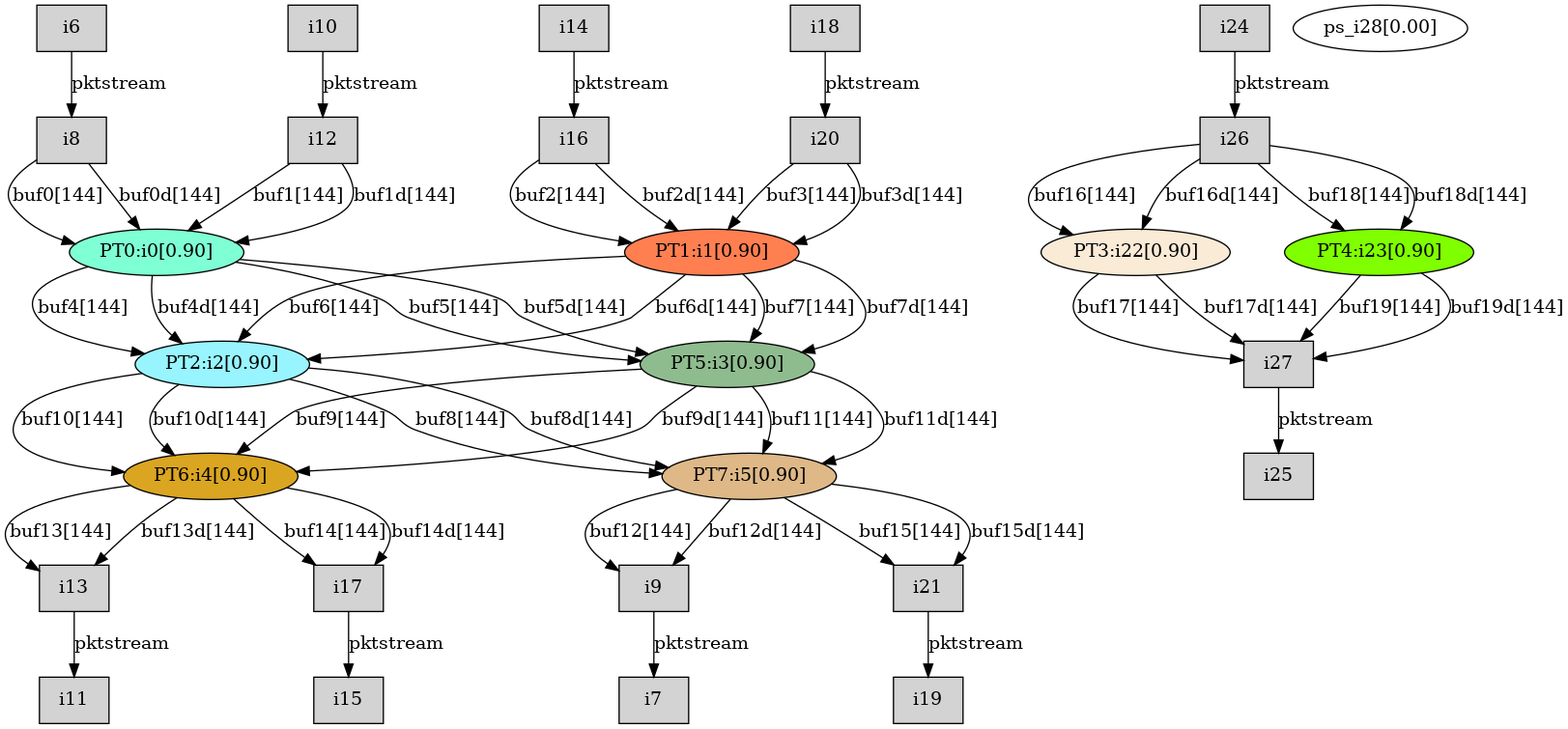
This is testGen/Work/reports/TopGraph.png from lxy-littlechai/SVD, a Graphviz export, as it was before one commit. Its source is kept beside it as testGen/Work/reports/TopGraph.dot.
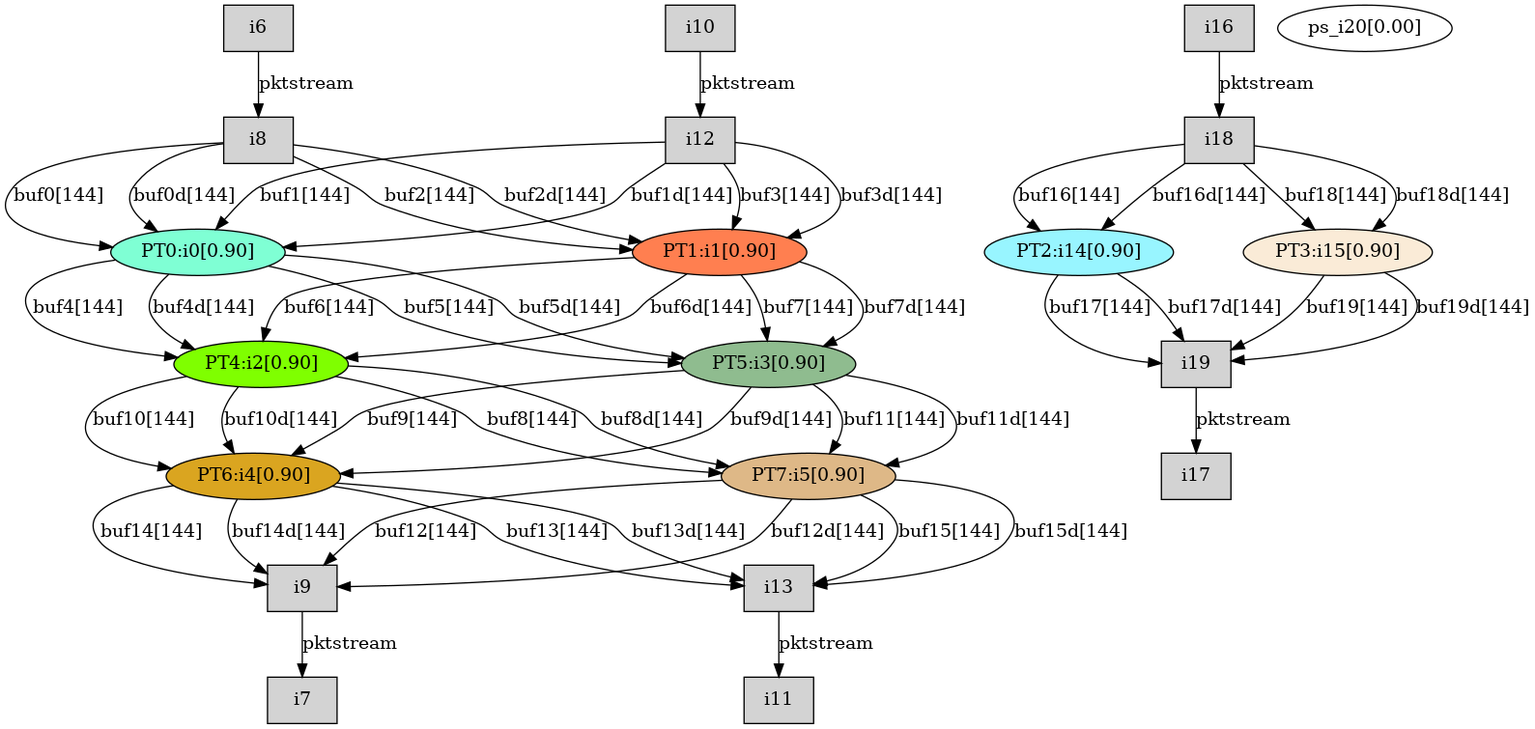
Above is the later version.

Change to the diagram source:
```diff
@@ -1,7 +1,7 @@
 digraph root {
 "PT0:i0[0.90]" [style=filled, fillcolor=aquamarine];
 "PT1:i1[0.90]" [style=filled, fillcolor=coral];
-"PT2:i2[0.90]" [style=filled, fillcolor=cadetblue1];
+"PT4:i2[0.90]" [style=filled, fillcolor=chartreuse];
 "PT5:i3[0.90]" [style=filled, fillcolor=darkseagreen];
 "PT6:i4[0.90]" [style=filled, fillcolor=goldenrod];
 "PT7:i5[0.90]" [style=filled, fillcolor=burlywood];
@@ -13,69 +13,57 @@
 "i11" [shape=box style=filled, fillcolor=lightgrey];
 "i12" [shape=box style=filled, fillcolor=lightgrey];
 "i13" [shape=box style=filled, fillcolor=lightgrey];
-"i14" [shape=box style=filled, fillcolor=lightgrey];
-"i15" [shape=box style=filled, fillcolor=lightgrey];
+"PT2:i14[0.90]" [style=filled, fillcolor=cadetblue1];
+"PT3:i15[0.90]" [style=filled, fillcolor=antiquewhite];
 "i16" [shape=box style=filled, fillcolor=lightgrey];
 "i17" [shape=box style=filled, fillcolor=lightgrey];
 "i18" [shape=box style=filled, fillcolor=lightgrey];
 "i19" [shape=box style=filled, fillcolor=lightgrey];
-"i20" [shape=box style=filled, fillcolor=lightgrey];
-"i21" [shape=box style=filled, fillcolor=lightgrey];
-"PT3:i22[0.90]" [style=filled, fillcolor=antiquewhite];
-"PT4:i23[0.90]" [style=filled, fillcolor=chartreuse];
-"i24" [shape=box style=filled, fillcolor=lightgrey];
-"i25" [shape=box style=filled, fillcolor=lightgrey];
-"i26" [shape=box style=filled, fillcolor=lightgrey];
-"i27" [shape=box style=filled, fillcolor=lightgrey];
-"ps_i28[0.00]";
+"ps_i20[0.00]";
 "i8" -> "PT0:i0[0.90]" [label="buf0[144]"];
 "i12" -> "PT0:i0[0.90]" [label="buf1[144]"];
-"i16" -> "PT1:i1[0.90]" [label="buf2[144]"];
-"i20" -> "PT1:i1[0.90]" [label="buf3[144]"];
-"PT0:i0[0.90]" -> "PT2:i2[0.90]" [label="buf4[144]"];
+"i8" -> "PT1:i1[0.90]" [label="buf2[144]"];
+"i12" -> "PT1:i1[0.90]" [label="buf3[144]"];
+"PT0:i0[0.90]" -> "PT4:i2[0.90]" [label="buf4[144]"];
 "PT0:i0[0.90]" -> "PT5:i3[0.90]" [label="buf5[144]"];
-"PT1:i1[0.90]" -> "PT2:i2[0.90]" [label="buf6[144]"];
+"PT1:i1[0.90]" -> "PT4:i2[0.90]" [label="buf6[144]"];
 "PT1:i1[0.90]" -> "PT5:i3[0.90]" [label="buf7[144]"];
-"PT2:i2[0.90]" -> "PT7:i5[0.90]" [label="buf8[144]"];
+"PT4:i2[0.90]" -> "PT7:i5[0.90]" [label="buf8[144]"];
 "PT5:i3[0.90]" -> "PT6:i4[0.90]" [label="buf9[144]"];
-"PT2:i2[0.90]" -> "PT6:i4[0.90]" [label="buf10[144]"];
+"PT4:i2[0.90]" -> "PT6:i4[0.90]" [label="buf10[144]"];
 "PT5:i3[0.90]" -> "PT7:i5[0.90]" [label="buf11[144]"];
 "PT7:i5[0.90]" -> "i9" [label="buf12[144]"];
 "PT6:i4[0.90]" -> "i13" [label="buf13[144]"];
-"PT6:i4[0.90]" -> "i17" [label="buf14[144]"];
-"PT7:i5[0.90]" -> "i21" [label="buf15[144]"];
+"PT6:i4[0.90]" -> "i9" [label="buf14[144]"];
+"PT7:i5[0.90]" -> "i13" [label="buf15[144]"];
 "i6" -> "i8" [label="pktstream"];
 "i9" -> "i7" [label="pktstream"];
-"i14" -> "i16" [label="pktstream"];
-"i17" -> "i15" [label="pktstream"];
 "i10" -> "i12" [label="pktstream"];
 "i13" -> "i11" [label="pktstream"];
-"i18" -> "i20" [label="pktstream"];
-"i21" -> "i19" [label="pktstream"];
-"i26" -> "PT3:i22[0.90]" [label="buf16[144]"];
-"PT3:i22[0.90]" -> "i27" [label="buf17[144]"];
-"i26" -> "PT4:i23[0.90]" [label="buf18[144]"];
-"PT4:i23[0.90]" -> "i27" [label="buf19[144]"];
-"i24" -> "i26" [label="pktstream"];
-"i27" -> "i25" [label="pktstream"];
+"i18" -> "PT2:i14[0.90]" [label="buf16[144]"];
+"PT2:i14[0.90]" -> "i19" [label="buf17[144]"];
+"i18" -> "PT3:i15[0.90]" [label="buf18[144]"];
+"PT3:i15[0.90]" -> "i19" [label="buf19[144]"];
+"i16" -> "i18" [label="pktstream"];
+"i19" -> "i17" [label="pktstream"];
 "i8" -> "PT0:i0[0.90]" [label="buf0d[144]"];
 "i12" -> "PT0:i0[0.90]" [label="buf1d[144]"];
-"i16" -> "PT1:i1[0.90]" [label="buf2d[144]"];
-"i20" -> "PT1:i1[0.90]" [label="buf3d[144]"];
-"PT0:i0[0.90]" -> "PT2:i2[0.90]" [label="buf4d[144]"];
+"i8" -> "PT1:i1[0.90]" [label="buf2d[144]"];
+"i12" -> "PT1:i1[0.90]" [label="buf3d[144]"];
+"PT0:i0[0.90]" -> "PT4:i2[0.90]" [label="buf4d[144]"];
 "PT0:i0[0.90]" -> "PT5:i3[0.90]" [label="buf5d[144]"];
-"PT1:i1[0.90]" -> "PT2:i2[0.90]" [label="buf6d[144]"];
+"PT1:i1[0.90]" -> "PT4:i2[0.90]" [label="buf6d[144]"];
 "PT1:i1[0.90]" -> "PT5:i3[0.90]" [label="buf7d[144]"];
-"PT2:i2[0.90]" -> "PT7:i5[0.90]" [label="buf8d[144]"];
+"PT4:i2[0.90]" -> "PT7:i5[0.90]" [label="buf8d[144]"];
 "PT5:i3[0.90]" -> "PT6:i4[0.90]" [label="buf9d[144]"];
-"PT2:i2[0.90]" -> "PT6:i4[0.90]" [label="buf10d[144]"];
+"PT4:i2[0.90]" -> "PT6:i4[0.90]" [label="buf10d[144]"];
 "PT5:i3[0.90]" -> "PT7:i5[0.90]" [label="buf11d[144]"];
 "PT7:i5[0.90]" -> "i9" [label="buf12d[144]"];
 "PT6:i4[0.90]" -> "i13" [label="buf13d[144]"];
-"PT6:i4[0.90]" -> "i17" [label="buf14d[144]"];
-"PT7:i5[0.90]" -> "i21" [label="buf15d[144]"];
-"i26" -> "PT3:i22[0.90]" [label="buf16d[144]"];
-"PT3:i22[0.90]" -> "i27" [label="buf17d[144]"];
-"i26" -> "PT4:i23[0.90]" [label="buf18d[144]"];
-"PT4:i23[0.90]" -> "i27" [label="buf19d[144]"];
+"PT6:i4[0.90]" -> "i9" [label="buf14d[144]"];
+"PT7:i5[0.90]" -> "i13" [label="buf15d[144]"];
+"i18" -> "PT2:i14[0.90]" [label="buf16d[144]"];
+"PT2:i14[0.90]" -> "i19" [label="buf17d[144]"];
+"i18" -> "PT3:i15[0.90]" [label="buf18d[144]"];
+"PT3:i15[0.90]" -> "i19" [label="buf19d[144]"];
 }
```
